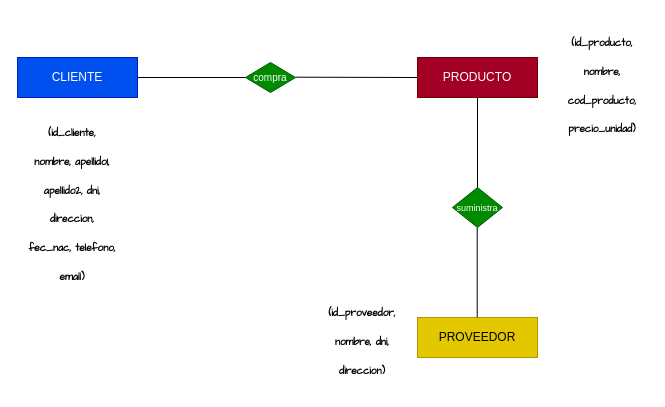
Earlier version of the draw.io diagram UD.4/Tarea_5-UD.4-Saorin_Faura-Angel_Luis-48616905B/EJ.1-E-R/modelo_E-R.drawio (AngellLSF9987/PYTHON-II). Source tidied: cells renumbered, new cells numbered last; positions are measured from the earlier drawing's top-left corner, leaving out a move shared by most shapes. Both pictures are drawn from the tidied source at 100%, with x=0, y=0 at pixel (17, 17).
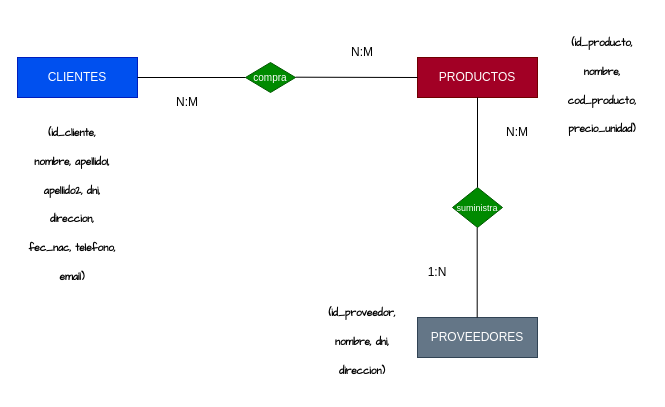
After the change.

Diff of the diagram source:
```diff
@@
 <mxGraphModel>
   <root>
     <mxCell id="0" />
     <mxCell id="1" parent="0" />
-    <mxCell id="2" value="CLIENTE" style="rounded=0;whiteSpace=wrap;html=1;fillColor=#0050ef;fontColor=#ffffff;strokeColor=#001DBC;" parent="1" vertex="1">
+    <mxCell id="2" value="CLIENTES" style="rounded=0;whiteSpace=wrap;html=1;fillColor=#0050ef;fontColor=#ffffff;strokeColor=#001DBC;" parent="1" vertex="1">
       <mxGeometry y="40" width="120" height="40" as="geometry" />
     </mxCell>
-    <mxCell id="3" value="PRODUCTO" style="rounded=0;whiteSpace=wrap;html=1;fillColor=#a20025;fontColor=#ffffff;strokeColor=#6F0000;" parent="1" vertex="1">
+    <mxCell id="3" value="PRODUCTOS" style="rounded=0;whiteSpace=wrap;html=1;fillColor=#a20025;fontColor=#ffffff;strokeColor=#6F0000;" parent="1" vertex="1">
       <mxGeometry x="400" y="40" width="120" height="40" as="geometry" />
     </mxCell>
-    <mxCell id="4" value="PROVEEDOR" style="rounded=0;whiteSpace=wrap;html=1;fillColor=#e3c800;fontColor=#000000;strokeColor=#B09500;" parent="1" vertex="1">
+    <mxCell id="4" value="PROVEEDORES" style="rounded=0;whiteSpace=wrap;html=1;fillColor=#647687;fontColor=#ffffff;strokeColor=#314354;" parent="1" vertex="1">
       <mxGeometry x="400" y="300" width="120" height="40" as="geometry" />
     </mxCell>
     <mxCell id="5" value="&lt;font style=&quot;font-size: 10px;&quot;&gt;compra&lt;/font&gt;" style="rhombus;whiteSpace=wrap;html=1;fillColor=#008a00;fontColor=#ffffff;strokeColor=#005700;" parent="1" vertex="1">
       <mxGeometry x="228" y="45" width="50" height="30" as="geometry" />
     </mxCell>
     <mxCell id="6" value="&lt;font style=&quot;font-size: 9px;&quot;&gt;suministra&lt;/font&gt;" style="rhombus;whiteSpace=wrap;html=1;fillColor=#008a00;fontColor=#ffffff;strokeColor=#005700;" parent="1" vertex="1">
       <mxGeometry x="435" y="170" width="50" height="40" as="geometry" />
     </mxCell>
     <mxCell id="7" style="endArrow=none;html=1;rounded=0;exitX=1;exitY=0.5;exitDx=0;exitDy=0;entryX=0;entryY=0.5;entryDx=0;entryDy=0;" parent="1" edge="1" source="2" target="5">
       <mxGeometry relative="1" as="geometry" />
     </mxCell>
     <mxCell id="8" style="endArrow=none;html=1;rounded=0;exitX=1;exitY=0.5;exitDx=0;exitDy=0;entryX=0;entryY=0.5;entryDx=0;entryDy=0;" parent="1" edge="1" target="3">
       <mxGeometry relative="1" as="geometry">
         <mxPoint x="278" y="59.7" as="sourcePoint" />
       </mxGeometry>
     </mxCell>
     <mxCell id="9" style="endArrow=none;html=1;rounded=0;exitX=0.5;exitY=0;exitDx=0;exitDy=0;entryX=0.5;entryY=1;entryDx=0;entryDy=0;" parent="1" edge="1" source="6" target="3">
       <mxGeometry relative="1" as="geometry" />
     </mxCell>
     <mxCell id="10" style="endArrow=none;html=1;rounded=0;exitX=0.5;exitY=0;exitDx=0;exitDy=0;entryX=0.5;entryY=1;entryDx=0;entryDy=0;" parent="1" edge="1">
       <mxGeometry relative="1" as="geometry">
         <mxPoint x="459.7" y="300" as="sourcePoint" />
         <mxPoint x="459.7" y="210" as="targetPoint" />
       </mxGeometry>
     </mxCell>
     <mxCell id="11" value="&lt;h1 style=&quot;margin-top: 0px;&quot;&gt;&lt;font face=&quot;Comic Sans MS&quot; size=&quot;1&quot;&gt;(id_cliente, nombre, apellido1, apellido2, dni, direccion, fec_nac, telefono, email)&lt;/font&gt;&lt;/h1&gt;" style="text;html=1;whiteSpace=wrap;overflow=hidden;rounded=0;align=center;" parent="1" vertex="1">
       <mxGeometry x="10" y="90" width="90" height="210" as="geometry" />
     </mxCell>
     <mxCell id="12" value="&lt;h1 style=&quot;margin-top: 0px;&quot;&gt;&lt;font face=&quot;Comic Sans MS&quot; size=&quot;1&quot;&gt;(id_producto, nombre, cod_producto, precio_unidad)&lt;/font&gt;&lt;/h1&gt;" style="text;html=1;whiteSpace=wrap;overflow=hidden;rounded=0;align=center;" parent="1" vertex="1">
       <mxGeometry x="540" width="90" height="130" as="geometry" />
     </mxCell>
     <mxCell id="13" value="&lt;h1 style=&quot;margin-top: 0px;&quot;&gt;&lt;font face=&quot;Comic Sans MS&quot; size=&quot;1&quot;&gt;(id_proveedor, nombre, dni, direccion)&lt;/font&gt;&lt;/h1&gt;" style="text;html=1;whiteSpace=wrap;overflow=hidden;rounded=0;align=center;" parent="1" vertex="1">
       <mxGeometry x="300" y="270" width="90" height="100" as="geometry" />
     </mxCell>
+    <mxCell id="14" value="N:M" style="text;html=1;align=center;verticalAlign=middle;whiteSpace=wrap;rounded=0;" parent="1" vertex="1">
+      <mxGeometry x="140" y="70" width="60" height="30" as="geometry" />
+    </mxCell>
+    <mxCell id="15" value="N:M" style="text;html=1;align=center;verticalAlign=middle;whiteSpace=wrap;rounded=0;" parent="1" vertex="1">
+      <mxGeometry x="315" y="20" width="60" height="30" as="geometry" />
+    </mxCell>
+    <mxCell id="16" value="N:M" style="text;html=1;align=center;verticalAlign=middle;whiteSpace=wrap;rounded=0;" parent="1" vertex="1">
+      <mxGeometry x="470" y="100" width="60" height="30" as="geometry" />
+    </mxCell>
+    <mxCell id="17" value="1:N" style="text;html=1;align=center;verticalAlign=middle;whiteSpace=wrap;rounded=0;" parent="1" vertex="1">
+      <mxGeometry x="390" y="240" width="60" height="30" as="geometry" />
+    </mxCell>
   </root>
 </mxGraphModel>
```
